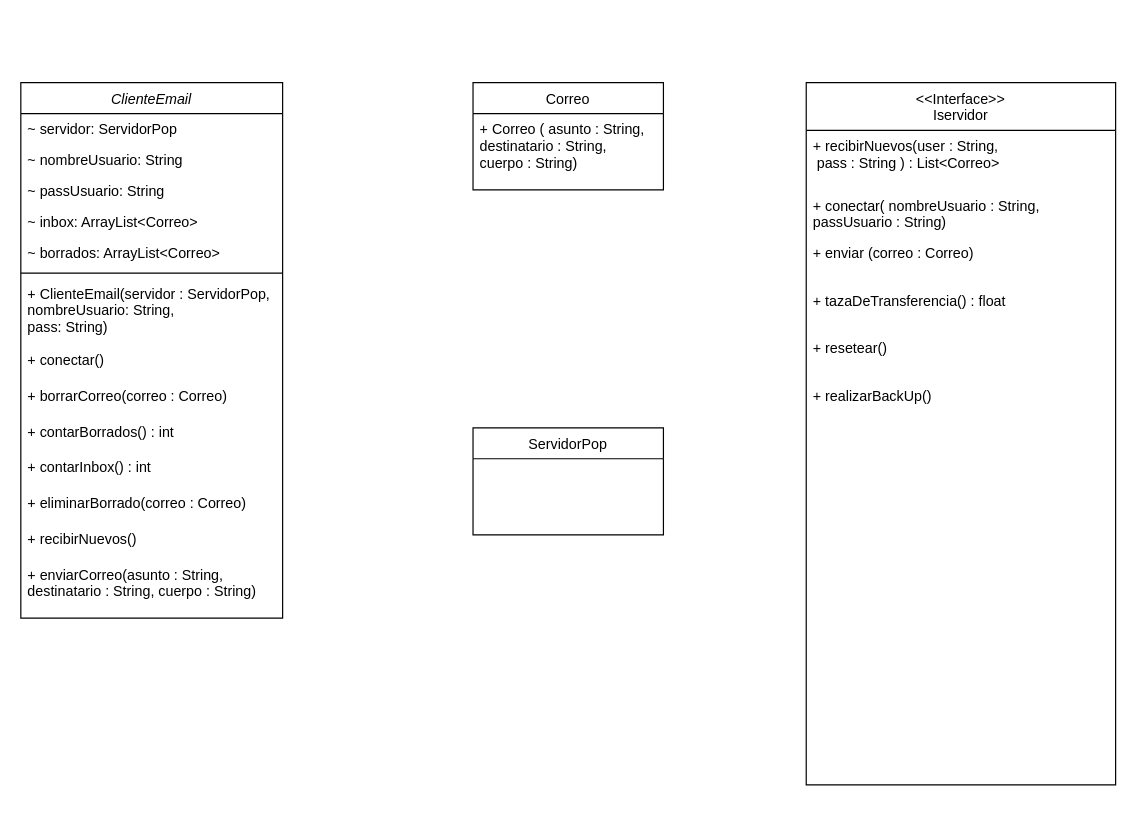
Medina-Ivan-Angel/unqui-po2-medina keeps this draw.io diagram as src/ar/edu/unq/po2/tp6/ClienteEmail UML (punto1).drawio. Above is the earlier version. Source tidied: cells renumbered, new cells numbered last; positions are measured from the earlier drawing's top-left corner, leaving out a move shared by most shapes. Both pictures are drawn from the tidied source at 119%, with x=0, y=0 at pixel (20, 82).
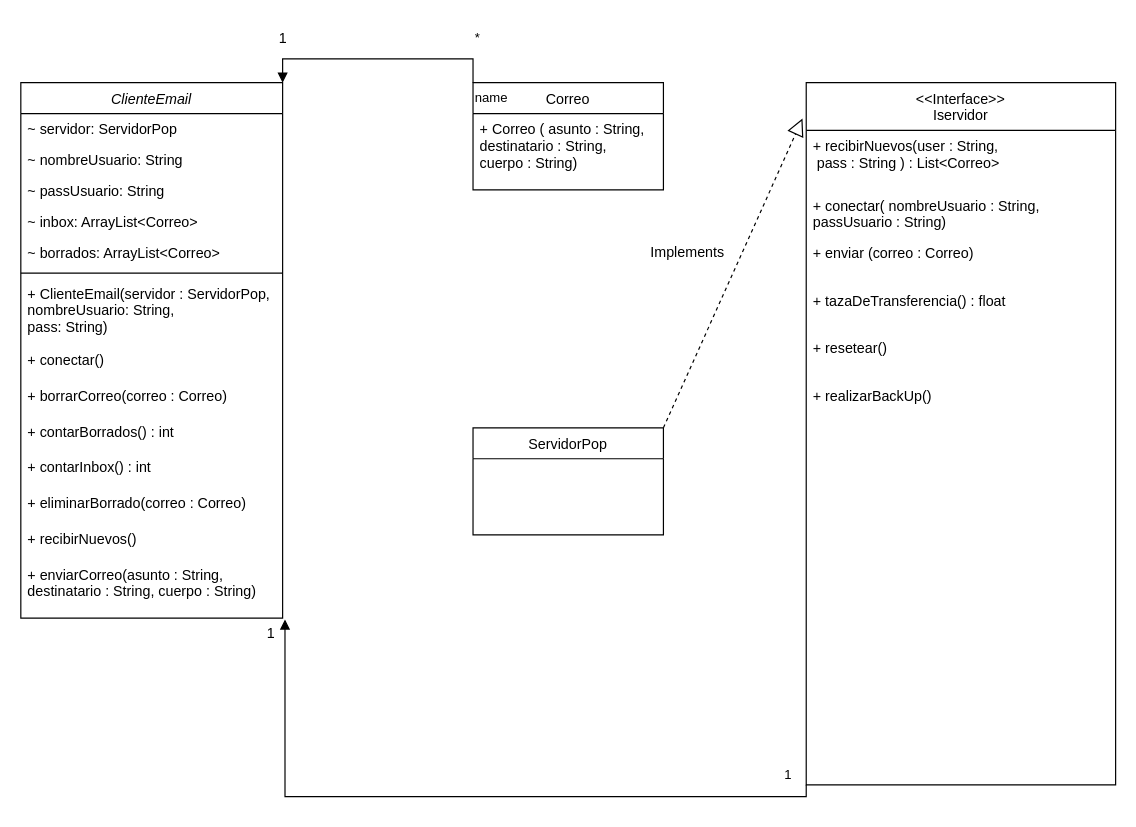
After the change.

Commit message:
ClienteEmail UML (punto1) finalizado.drawio

Unchanged cells that the change refers to:
```xml
<mxCell id="2" value="ClienteEmail" style="swimlane;fontStyle=2;align=center;verticalAlign=top;horizontal=1;startSize=26;rounded=0;shadow=0;strokeWidth=1;" parent="1" vertex="1">
  <mxGeometry width="220" height="450" as="geometry" />
</mxCell>
<mxCell id="16" value="+ enviarCorreo(asunto : String, &#10;destinatario : String, cuerpo : String)" style="text;align=left;verticalAlign=top;spacingLeft=4;spacingRight=4;overflow=hidden;points=[[0,0.5],[1,0.5]];portConstraint=eastwest;" parent="2" vertex="1">
  <mxGeometry y="400" width="220" height="50" as="geometry" />
</mxCell>
<mxCell id="17" value="&lt;&lt;Interface&gt;&gt;&#10;Iservidor&#10;" style="swimlane;fontStyle=0;align=center;verticalAlign=top;horizontal=1;startSize=40;rounded=0;shadow=0;strokeWidth=1;" parent="1" vertex="1">
  <mxGeometry x="660" width="260" height="590" as="geometry" />
</mxCell>
<mxCell id="24" value="Correo" style="swimlane;fontStyle=0;align=center;verticalAlign=top;horizontal=1;startSize=26;rounded=0;shadow=0;strokeWidth=1;" parent="1" vertex="1">
  <mxGeometry x="380" width="160" height="90" as="geometry" />
</mxCell>
<mxCell id="26" value="ServidorPop" style="swimlane;fontStyle=0;align=center;verticalAlign=top;horizontal=1;startSize=26;rounded=0;shadow=0;strokeWidth=1;" parent="1" vertex="1">
  <mxGeometry x="380" y="290" width="160" height="90" as="geometry" />
</mxCell>
```

Change to the diagram source:
```diff
@@
+    <mxCell id="27" value="name" style="endArrow=block;endFill=1;html=1;edgeStyle=orthogonalEdgeStyle;align=left;verticalAlign=top;rounded=0;entryX=1;entryY=0;entryDx=0;entryDy=0;exitX=0;exitY=0;exitDx=0;exitDy=0;" parent="1" edge="1" source="24" target="2">
+      <mxGeometry x="-1" relative="1" as="geometry">
+        <Array as="points">
+          <mxPoint x="380" y="-20" />
+          <mxPoint x="220" y="-20" />
+        </Array>
+      </mxGeometry>
+    </mxCell>
+    <mxCell id="28" value="*" style="edgeLabel;html=1;align=left;verticalAlign=bottom;" parent="27" vertex="1">
+      <mxGeometry x="-1" relative="1" as="geometry">
+        <mxPoint y="-30" as="offset" />
+      </mxGeometry>
+    </mxCell>
+    <mxCell id="29" value="1" style="text;html=1;align=center;verticalAlign=middle;strokeColor=none;fillColor=none;" parent="1" vertex="1">
+      <mxGeometry x="205" y="-52" width="30" height="30" as="geometry" />
+    </mxCell>
+    <mxCell id="30" style="endArrow=block;endFill=1;html=1;edgeStyle=orthogonalEdgeStyle;align=left;verticalAlign=top;rounded=0;exitX=0;exitY=1;exitDx=0;exitDy=0;entryX=1.009;entryY=1.02;entryDx=0;entryDy=0;entryPerimeter=0;" parent="1" edge="1" source="17" target="16">
+      <mxGeometry x="-1" relative="1" as="geometry" />
+    </mxCell>
+    <mxCell id="31" value="1" style="edgeLabel;html=1;align=left;verticalAlign=bottom;" parent="30" vertex="1">
+      <mxGeometry x="-1" relative="1" as="geometry">
+        <mxPoint x="-20" as="offset" />
+      </mxGeometry>
+    </mxCell>
+    <mxCell id="32" value="1" style="text;html=1;align=center;verticalAlign=middle;strokeColor=none;fillColor=none;" parent="1" vertex="1">
+      <mxGeometry x="195" y="448" width="30" height="30" as="geometry" />
+    </mxCell>
+    <mxCell id="33" style="endArrow=block;dashed=1;endFill=0;endSize=12;html=1;rounded=0;exitX=1;exitY=0;exitDx=0;exitDy=0;entryX=-0.012;entryY=0.051;entryDx=0;entryDy=0;entryPerimeter=0;" parent="1" edge="1" source="26" target="17">
+      <mxGeometry relative="1" as="geometry" />
+    </mxCell>
+    <mxCell id="34" value="&lt;div&gt;Implements&lt;/div&gt;" style="text;html=1;align=center;verticalAlign=middle;strokeColor=none;fillColor=none;" parent="1" vertex="1">
+      <mxGeometry x="515" y="128" width="90" height="30" as="geometry" />
+    </mxCell>
```
